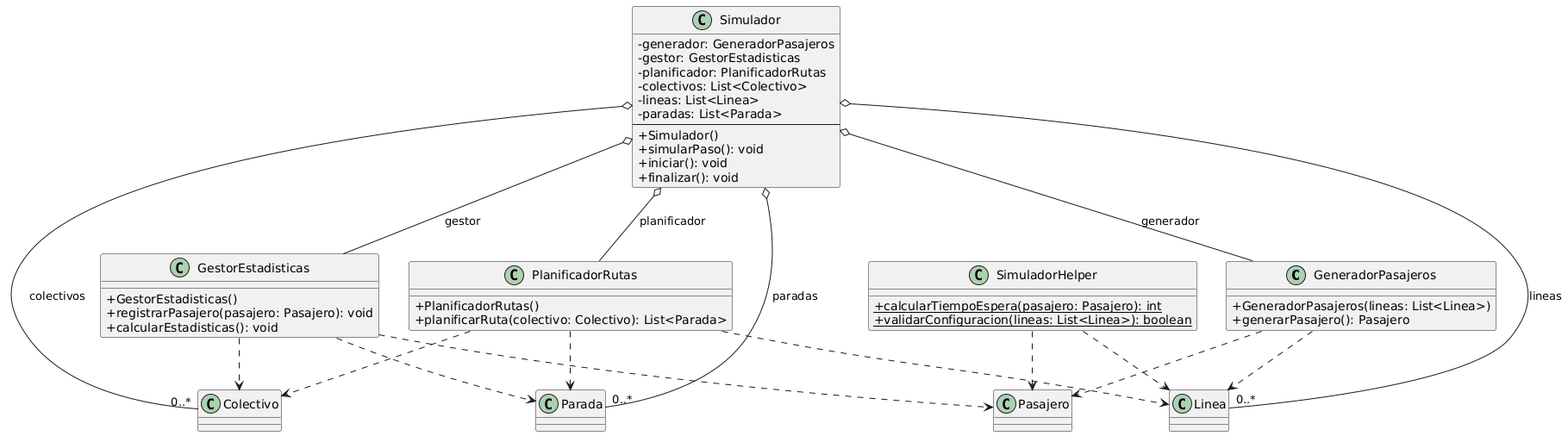
MiyoBran/simulador-colectivos keeps this PlantUML diagram as simulador-colectivos1/src/main/resources/Documentacion/UML-Logica-Simplificado.png. Above is the earlier version. Its diagram source:
```plantuml
@startuml
skinparam classAttributeIconSize 0

class GeneradorPasajeros {
  + GeneradorPasajeros(lineas: List<Linea>)
  + generarPasajero(): Pasajero
}

class GestorEstadisticas {
  + GestorEstadisticas()
  + registrarPasajero(pasajero: Pasajero): void
  + calcularEstadisticas(): void
}

class PlanificadorRutas {
  + PlanificadorRutas()
  + planificarRuta(colectivo: Colectivo): List<Parada>
}

class Simulador {
  - generador: GeneradorPasajeros
  - gestor: GestorEstadisticas
  - planificador: PlanificadorRutas
  - colectivos: List<Colectivo>
  - lineas: List<Linea>
  - paradas: List<Parada>
  --
  + Simulador()
  + simularPaso(): void
  + iniciar(): void
  + finalizar(): void
}

class SimuladorHelper {
  + {static} calcularTiempoEspera(pasajero: Pasajero): int
  + {static} validarConfiguracion(lineas: List<Linea>): boolean
}

Simulador o-- GeneradorPasajeros : generador
Simulador o-- GestorEstadisticas : gestor
Simulador o-- PlanificadorRutas : planificador
Simulador o-- "0..*" Colectivo : colectivos
Simulador o-- "0..*" Linea : lineas
Simulador o-- "0..*" Parada : paradas

GeneradorPasajeros ..> Linea
GeneradorPasajeros ..> Pasajero
GestorEstadisticas ..> Pasajero
GestorEstadisticas ..> Colectivo
GestorEstadisticas ..> Parada
PlanificadorRutas ..> Linea
PlanificadorRutas ..> Colectivo
PlanificadorRutas ..> Parada
SimuladorHelper ..> Pasajero
SimuladorHelper ..> Linea
@enduml
```
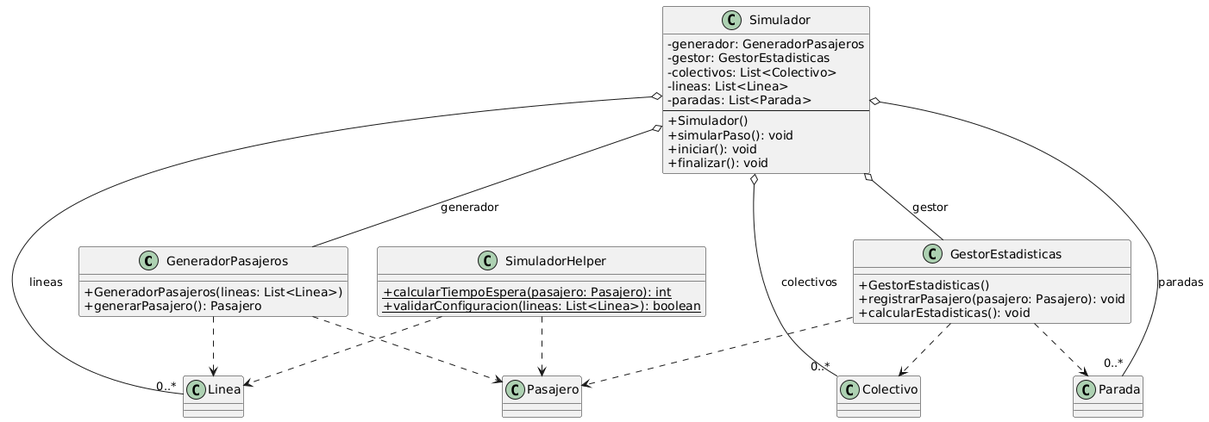
Above is the later version.

The edit, as a diff of the source:
```diff
@@ -12,15 +12,10 @@
   + calcularEstadisticas(): void
 }
 
-class PlanificadorRutas {
-  + PlanificadorRutas()
-  + planificarRuta(colectivo: Colectivo): List<Parada>
-}
 
 class Simulador {
   - generador: GeneradorPasajeros
   - gestor: GestorEstadisticas
-  - planificador: PlanificadorRutas
   - colectivos: List<Colectivo>
   - lineas: List<Linea>
   - paradas: List<Parada>
@@ -38,7 +33,7 @@
 
 Simulador o-- GeneradorPasajeros : generador
 Simulador o-- GestorEstadisticas : gestor
-Simulador o-- PlanificadorRutas : planificador
+
 Simulador o-- "0..*" Colectivo : colectivos
 Simulador o-- "0..*" Linea : lineas
 Simulador o-- "0..*" Parada : paradas
@@ -48,9 +43,7 @@
 GestorEstadisticas ..> Pasajero
 GestorEstadisticas ..> Colectivo
 GestorEstadisticas ..> Parada
-PlanificadorRutas ..> Linea
-PlanificadorRutas ..> Colectivo
-PlanificadorRutas ..> Parada
+
 SimuladorHelper ..> Pasajero
 SimuladorHelper ..> Linea
 @enduml
```
